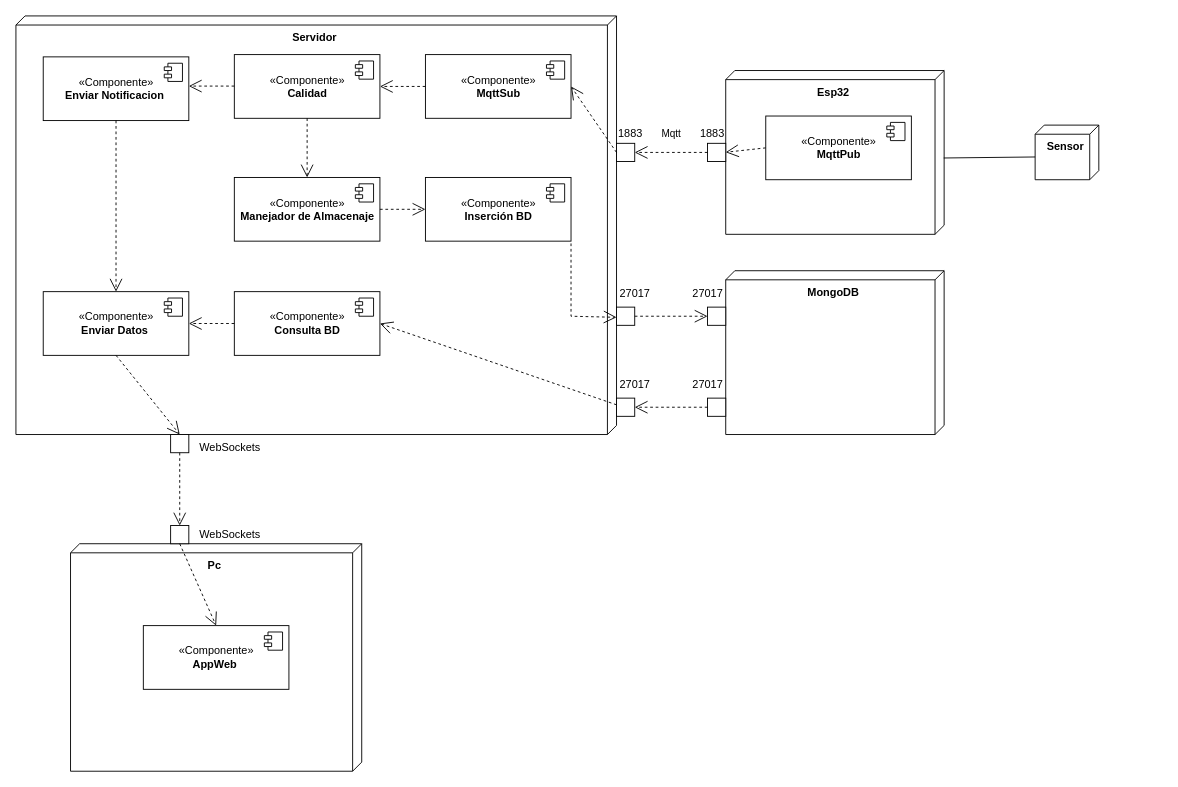
Before: despliegue.drawio in Wicho90/Diagramas, a draw.io diagram. Source tidied: cells renumbered, new cells numbered last; positions are measured from the earlier drawing's top-left corner, leaving out a move shared by most shapes. Both pictures are drawn from the tidied source at 91%, with x=0, y=0 at pixel (15, 15).
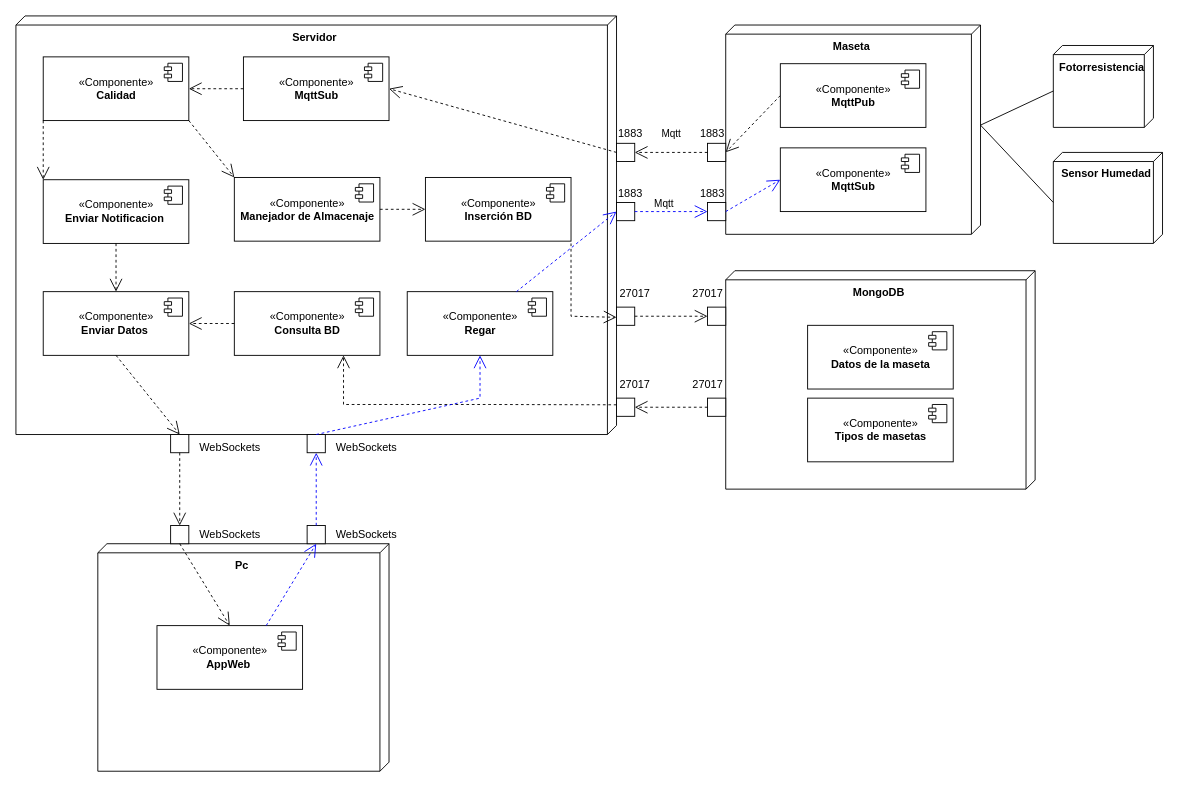
The same diagram, later.

Unchanged cells that the change refers to:
```xml
<mxCell id="2" value="&lt;b&gt;Servidor&lt;/b&gt;" style="verticalAlign=top;align=center;shape=cube;size=10;direction=south;fontStyle=0;html=1;boundedLbl=1;spacingLeft=5;" parent="1" vertex="1">
  <mxGeometry width="660" height="460" as="geometry" />
</mxCell>
<mxCell id="19" value="«Componente»&lt;br&gt;&lt;b&gt;Manejador de Almacenaje&lt;/b&gt;" style="html=1;" parent="1" vertex="1">
  <mxGeometry x="240" y="177.5" width="160" height="70" as="geometry" />
</mxCell>
<mxCell id="26" value="«Componente»&lt;br&gt;&lt;b&gt;Consulta BD&lt;/b&gt;" style="html=1;" parent="1" vertex="1">
  <mxGeometry x="240" y="303" width="160" height="70" as="geometry" />
</mxCell>
```

Change to the diagram source:
```diff
@@
-    <mxCell id="3" value="&lt;div style=&quot;&quot;&gt;&lt;b style=&quot;background-color: initial;&quot;&gt;Sensor&lt;/b&gt;&lt;/div&gt;" style="verticalAlign=top;align=center;shape=cube;size=10;direction=south;fontStyle=0;html=1;boundedLbl=1;spacingLeft=5;" parent="1" vertex="1">
-      <mxGeometry x="1120" y="120" width="70" height="60" as="geometry" />
+    <mxCell id="3" value="&lt;div style=&quot;&quot;&gt;&lt;b style=&quot;background-color: initial;&quot;&gt;Fotorresistencia&lt;/b&gt;&lt;/div&gt;" style="verticalAlign=top;align=center;shape=cube;size=10;direction=south;fontStyle=0;html=1;boundedLbl=1;spacingLeft=5;" parent="1" vertex="1">
+      <mxGeometry x="1140" y="32.5" width="110" height="90" as="geometry" />
     </mxCell>
-    <mxCell id="4" value="&lt;div style=&quot;&quot;&gt;&lt;b style=&quot;background-color: initial;&quot;&gt;Esp32&lt;/b&gt;&lt;/div&gt;" style="verticalAlign=top;align=center;shape=cube;size=10;direction=south;fontStyle=0;html=1;boundedLbl=1;spacingLeft=5;" parent="1" vertex="1">
-      <mxGeometry x="780" y="60" width="240" height="180" as="geometry" />
+    <mxCell id="4" value="&lt;div style=&quot;&quot;&gt;&lt;b style=&quot;background-color: initial;&quot;&gt;Maseta&lt;/b&gt;&lt;/div&gt;" style="verticalAlign=top;align=center;shape=cube;size=10;direction=south;fontStyle=0;html=1;boundedLbl=1;spacingLeft=5;" parent="1" vertex="1">
+      <mxGeometry x="780" y="10" width="280" height="230" as="geometry" />
     </mxCell>
@@
-    <mxCell id="6" style="endArrow=none;html=1;rounded=0;entryX=0;entryY=0;entryDx=35;entryDy=70;entryPerimeter=0;exitX=0.534;exitY=0.002;exitDx=0;exitDy=0;exitPerimeter=0;" parent="1" edge="1" source="4" target="3">
+    <mxCell id="6" style="endArrow=none;html=1;rounded=0;entryX=0;entryY=0;entryDx=50;entryDy=110;entryPerimeter=0;exitX=0;exitY=0;exitDx=110;exitDy=0;exitPerimeter=0;" parent="1" edge="1" source="4" target="3">
       <mxGeometry relative="1" as="geometry" />
     </mxCell>
@@
     <mxCell id="12" value="«Componente»&lt;br&gt;&lt;b&gt;MqttPub&lt;/b&gt;" style="html=1;" parent="1" vertex="1">
-      <mxGeometry x="824" y="110" width="160" height="70" as="geometry" />
+      <mxGeometry x="840" y="52.5" width="160" height="70" as="geometry" />
     </mxCell>
@@
     <mxCell id="14" value="«Componente»&lt;br&gt;&lt;b&gt;MqttSub&lt;/b&gt;" style="html=1;" parent="1" vertex="1">
-      <mxGeometry x="450" y="42.5" width="160" height="70" as="geometry" />
+      <mxGeometry x="250" y="45" width="160" height="70" as="geometry" />
     </mxCell>
@@
     <mxCell id="17" value="«Componente»&lt;br&gt;&lt;b&gt;Calidad&lt;/b&gt;" style="html=1;" parent="1" vertex="1">
-      <mxGeometry x="240" y="42.5" width="160" height="70" as="geometry" />
+      <mxGeometry x="30" y="45" width="160" height="70" as="geometry" />
     </mxCell>
@@
-    <mxCell id="25" style="endArrow=open;endSize=12;dashed=1;html=1;rounded=0;entryX=0.5;entryY=0;entryDx=0;entryDy=0;exitX=0.5;exitY=1;exitDx=0;exitDy=0;" parent="1" edge="1" source="17" target="19">
+    <mxCell id="25" style="endArrow=open;endSize=12;dashed=1;html=1;rounded=0;entryX=0;entryY=0;entryDx=0;entryDy=0;exitX=1;exitY=1;exitDx=0;exitDy=0;" parent="1" edge="1" source="17" target="19">
       <mxGeometry x="-0.1" y="-20" relative="1" as="geometry" />
     </mxCell>
@@
     <mxCell id="30" value="«Componente»&lt;br&gt;&lt;b&gt;Enviar Notificacion&amp;nbsp;&lt;/b&gt;" style="html=1;" parent="1" vertex="1">
-      <mxGeometry x="30" y="45" width="160" height="70" as="geometry" />
+      <mxGeometry x="30" y="180" width="160" height="70" as="geometry" />
     </mxCell>
@@
-    <mxCell id="32" style="endArrow=open;endSize=12;dashed=1;html=1;rounded=0;entryX=1;entryY=0.5;entryDx=0;entryDy=0;exitX=0;exitY=0.5;exitDx=0;exitDy=0;" parent="1" edge="1">
-      <mxGeometry x="-0.1" y="-20" relative="1" as="geometry">
-        <mxPoint x="240" y="77.1" as="sourcePoint" />
-        <mxPoint x="190" y="77.1" as="targetPoint" />
-      </mxGeometry>
+    <mxCell id="32" style="endArrow=open;endSize=12;dashed=1;html=1;rounded=0;entryX=0;entryY=0;entryDx=0;entryDy=0;exitX=0;exitY=1;exitDx=0;exitDy=0;" parent="1" edge="1" source="17" target="30">
+      <mxGeometry x="-0.1" y="-20" relative="1" as="geometry" />
     </mxCell>
@@
     <mxCell id="36" value="&lt;div style=&quot;&quot;&gt;&lt;b&gt;MongoDB&lt;/b&gt;&lt;/div&gt;" style="verticalAlign=top;align=center;shape=cube;size=10;direction=south;fontStyle=0;html=1;boundedLbl=1;spacingLeft=5;" parent="1" vertex="1">
-      <mxGeometry x="780" y="280" width="240" height="180" as="geometry" />
+      <mxGeometry x="780" y="280" width="340" height="240" as="geometry" />
     </mxCell>
@@
-    <mxCell id="46" style="endArrow=open;endSize=12;dashed=1;html=1;rounded=0;entryX=1;entryY=0.5;entryDx=0;entryDy=0;exitX=0.929;exitY=0;exitDx=0;exitDy=0;exitPerimeter=0;" parent="1" edge="1" source="2" target="26">
-      <mxGeometry y="-20" relative="1" as="geometry" />
+    <mxCell id="46" style="endArrow=open;endSize=12;dashed=1;html=1;rounded=0;entryX=0.75;entryY=1;entryDx=0;entryDy=0;exitX=0.929;exitY=0;exitDx=0;exitDy=0;exitPerimeter=0;" parent="1" edge="1" source="2" target="26">
+      <mxGeometry y="-20" relative="1" as="geometry">
+        <Array as="points">
+          <mxPoint x="520" y="427" />
+          <mxPoint x="360" y="427" />
+        </Array>
+      </mxGeometry>
     </mxCell>
@@
     <mxCell id="49" value="&lt;div style=&quot;&quot;&gt;&lt;b&gt;Pc&lt;/b&gt;&lt;/div&gt;" style="verticalAlign=top;align=center;shape=cube;size=10;direction=south;fontStyle=0;html=1;boundedLbl=1;spacingLeft=5;" parent="1" vertex="1">
-      <mxGeometry x="60" y="580" width="320" height="250" as="geometry" />
+      <mxGeometry x="90" y="580" width="320" height="250" as="geometry" />
     </mxCell>
     <mxCell id="50" value="«Componente»&lt;br&gt;&lt;b&gt;AppWeb&amp;nbsp;&lt;/b&gt;" style="html=1;" parent="1" vertex="1">
-      <mxGeometry x="140" y="670" width="160" height="70" as="geometry" />
+      <mxGeometry x="155" y="670" width="160" height="70" as="geometry" />
     </mxCell>
@@
+    <mxCell id="58" value="&lt;div style=&quot;&quot;&gt;&lt;b style=&quot;background-color: initial;&quot;&gt;Sensor Humedad&lt;/b&gt;&lt;/div&gt;" style="verticalAlign=top;align=center;shape=cube;size=10;direction=south;fontStyle=0;html=1;boundedLbl=1;spacingLeft=5;" parent="1" vertex="1">
+      <mxGeometry x="1140" y="150" width="120" height="100" as="geometry" />
+    </mxCell>
+    <mxCell id="59" style="endArrow=none;html=1;rounded=0;entryX=0;entryY=0;entryDx=55;entryDy=120;entryPerimeter=0;exitX=0;exitY=0;exitDx=110;exitDy=0;exitPerimeter=0;" parent="1" edge="1" source="4" target="58">
+      <mxGeometry relative="1" as="geometry" />
+    </mxCell>
+    <mxCell id="60" style="whiteSpace=wrap;html=1;" parent="1" vertex="1">
+      <mxGeometry x="320" y="560" width="20" height="20" as="geometry" />
+    </mxCell>
+    <mxCell id="61" style="endArrow=open;endSize=12;dashed=1;html=1;rounded=0;exitX=0.5;exitY=0;exitDx=0;exitDy=0;entryX=0.5;entryY=1;entryDx=0;entryDy=0;strokeColor=#0000FF;" parent="1" edge="1" source="60" target="62">
+      <mxGeometry x="-0.1" y="-20" relative="1" as="geometry" />
+    </mxCell>
+    <mxCell id="62" style="whiteSpace=wrap;html=1;" parent="1" vertex="1">
+      <mxGeometry x="320" y="460" width="20" height="20" as="geometry" />
+    </mxCell>
+    <mxCell id="63" value="WebSockets" style="text;html=1;align=center;verticalAlign=middle;strokeColor=none;fillColor=none;" parent="1" vertex="1">
+      <mxGeometry x="340" y="460" width="90" height="30" as="geometry" />
+    </mxCell>
+    <mxCell id="64" value="WebSockets" style="text;html=1;align=center;verticalAlign=middle;strokeColor=none;fillColor=none;" parent="1" vertex="1">
+      <mxGeometry x="340" y="555" width="90" height="30" as="geometry" />
+    </mxCell>
+    <mxCell id="65" style="endArrow=open;endSize=12;dashed=1;html=1;rounded=0;exitX=0.75;exitY=0;exitDx=0;exitDy=0;entryX=0.5;entryY=1;entryDx=0;entryDy=0;fillColor=#a20025;strokeColor=#0000FF;" parent="1" edge="1" source="50" target="60">
+      <mxGeometry x="-0.1" y="-20" relative="1" as="geometry" />
+    </mxCell>
+    <mxCell id="66" value="«Componente»&lt;br&gt;&lt;b&gt;Regar&lt;/b&gt;" style="html=1;" parent="1" vertex="1">
+      <mxGeometry x="430" y="303" width="160" height="70" as="geometry" />
+    </mxCell>
+    <mxCell id="67" style="shape=module;jettyWidth=8;jettyHeight=4;" parent="66" vertex="1">
+      <mxGeometry x="1" width="20" height="20" relative="1" as="geometry">
+        <mxPoint x="-27" y="7" as="offset" />
+      </mxGeometry>
+    </mxCell>
+    <mxCell id="68" style="endArrow=open;endSize=12;dashed=1;html=1;rounded=0;exitX=0.5;exitY=0;exitDx=0;exitDy=0;entryX=0.5;entryY=1;entryDx=0;entryDy=0;strokeColor=#0000FF;" parent="1" edge="1" source="62" target="66">
+      <mxGeometry x="-0.1" y="-20" relative="1" as="geometry">
+        <Array as="points">
+          <mxPoint x="510" y="420" />
+        </Array>
+      </mxGeometry>
+    </mxCell>
+    <mxCell id="69" style="endArrow=open;endSize=12;dashed=1;html=1;rounded=0;exitX=0.75;exitY=0;exitDx=0;exitDy=0;strokeColor=#0000FF;entryX=0;entryY=0.5;entryDx=0;entryDy=0;" parent="1" edge="1" source="66" target="71">
+      <mxGeometry x="-0.1" y="-20" relative="1" as="geometry" />
+    </mxCell>
+    <mxCell id="70" style="whiteSpace=wrap;html=1;" parent="1" vertex="1">
+      <mxGeometry x="760" y="205" width="20" height="20" as="geometry" />
+    </mxCell>
+    <mxCell id="71" style="whiteSpace=wrap;html=1;" parent="1" vertex="1">
+      <mxGeometry x="660" y="205" width="20" height="20" as="geometry" />
+    </mxCell>
+    <mxCell id="72" value="1883" style="text;html=1;align=center;verticalAlign=middle;strokeColor=none;fillColor=none;" parent="1" vertex="1">
+      <mxGeometry x="740" y="180" width="50" height="30" as="geometry" />
+    </mxCell>
+    <mxCell id="73" value="1883" style="text;html=1;align=center;verticalAlign=middle;strokeColor=none;fillColor=none;" parent="1" vertex="1">
+      <mxGeometry x="650" y="180" width="50" height="30" as="geometry" />
+    </mxCell>
+    <mxCell id="74" style="endArrow=open;endSize=12;dashed=1;html=1;rounded=0;exitX=1;exitY=0.5;exitDx=0;exitDy=0;strokeColor=#0000FF;entryX=0;entryY=0.5;entryDx=0;entryDy=0;" parent="1" edge="1" source="71" target="70">
+      <mxGeometry x="-0.1" y="-20" relative="1" as="geometry" />
+    </mxCell>
+    <mxCell id="75" value="Mqtt" style="edgeLabel;html=1;align=center;verticalAlign=middle;" parent="74" vertex="1">
+      <mxGeometry x="-0.22" y="1" relative="1" as="geometry">
+        <mxPoint y="-9" as="offset" />
+      </mxGeometry>
+    </mxCell>
+    <mxCell id="76" style="endArrow=open;endSize=12;dashed=1;html=1;rounded=0;exitX=1;exitY=0.5;exitDx=0;exitDy=0;strokeColor=#0000FF;entryX=0;entryY=0.5;entryDx=0;entryDy=0;" parent="1" edge="1" source="70" target="81">
+      <mxGeometry x="-0.1" y="-20" relative="1" as="geometry" />
+    </mxCell>
+    <mxCell id="77" value="«Componente»&lt;br&gt;&lt;b&gt;Datos de la maseta&lt;/b&gt;" style="html=1;" parent="1" vertex="1">
+      <mxGeometry x="870" y="340" width="160" height="70" as="geometry" />
+    </mxCell>
+    <mxCell id="78" style="shape=module;jettyWidth=8;jettyHeight=4;" parent="77" vertex="1">
+      <mxGeometry x="1" width="20" height="20" relative="1" as="geometry">
+        <mxPoint x="-27" y="7" as="offset" />
+      </mxGeometry>
+    </mxCell>
+    <mxCell id="79" value="«Componente»&lt;br&gt;&lt;b&gt;Tipos de masetas&lt;/b&gt;" style="html=1;" parent="1" vertex="1">
+      <mxGeometry x="870" y="420" width="160" height="70" as="geometry" />
+    </mxCell>
+    <mxCell id="80" style="shape=module;jettyWidth=8;jettyHeight=4;" parent="79" vertex="1">
+      <mxGeometry x="1" width="20" height="20" relative="1" as="geometry">
+        <mxPoint x="-27" y="7" as="offset" />
+      </mxGeometry>
+    </mxCell>
+    <mxCell id="81" value="«Componente»&lt;br&gt;&lt;b&gt;MqttSub&lt;/b&gt;" style="html=1;" parent="1" vertex="1">
+      <mxGeometry x="840" y="145" width="160" height="70" as="geometry" />
+    </mxCell>
+    <mxCell id="82" style="shape=module;jettyWidth=8;jettyHeight=4;" parent="81" vertex="1">
+      <mxGeometry x="1" width="20" height="20" relative="1" as="geometry">
+        <mxPoint x="-27" y="7" as="offset" />
+      </mxGeometry>
+    </mxCell>
```
